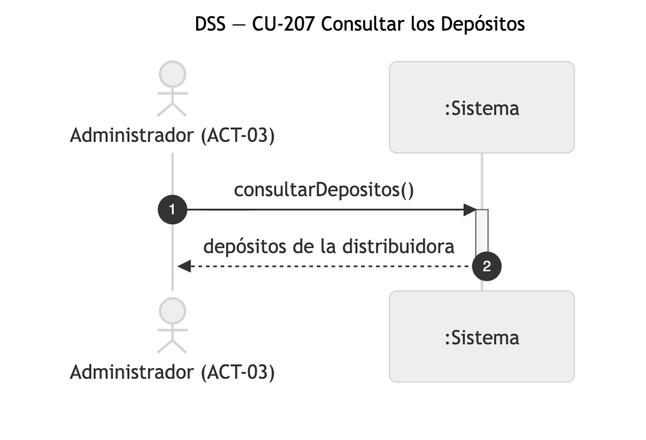
Above: diagramas/png/DSS_CU-207_Consultar-los-Depositos.png in Nahuelito-Dev/splg-docs (Mermaid), before the change. Its source is kept beside it as diagramas/DSS_CU-207_Consultar-los-Depositos.mmd. Its diagram source:
```mermaid
sequenceDiagram
    title DSS — CU-207 Consultar los Depósitos
    autonumber
    actor ADM as Administrador (ACT-03)
    participant SIS as :Sistema

    ADM->>SIS: consultarDepositos()
    activate SIS
    SIS-->>ADM: depósitos de la distribuidora
    deactivate SIS
```
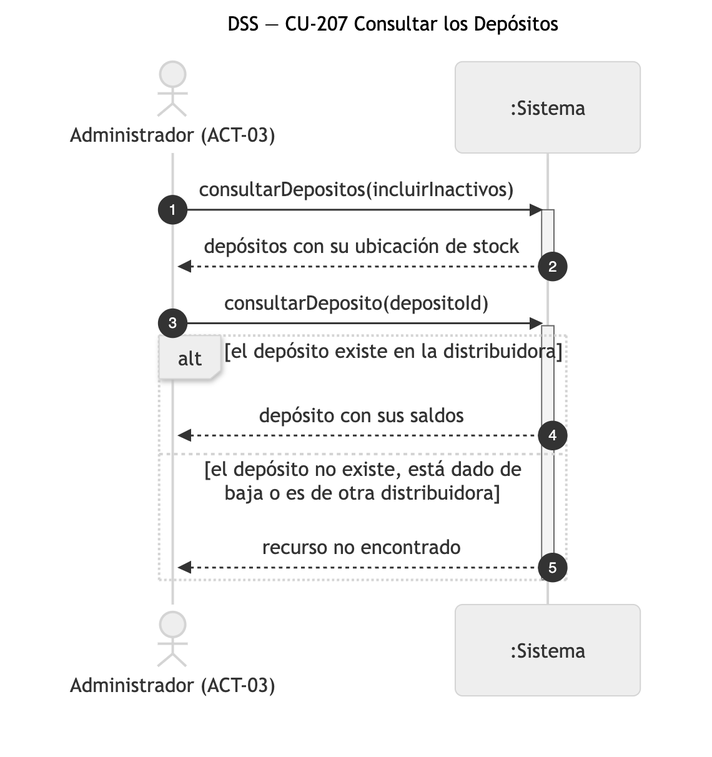
Above is the later version.

Change to the diagram source:
```diff
@@ -4,7 +4,16 @@
     actor ADM as Administrador (ACT-03)
     participant SIS as :Sistema
 
-    ADM->>SIS: consultarDepositos()
+    ADM->>SIS: consultarDepositos(incluirInactivos)
     activate SIS
-    SIS-->>ADM: depósitos de la distribuidora
+    SIS-->>ADM: depósitos con su ubicación de stock
     deactivate SIS
+
+    ADM->>SIS: consultarDeposito(depositoId)
+    activate SIS
+    alt el depósito existe en la distribuidora
+        SIS-->>ADM: depósito con sus saldos
+    else el depósito no existe, está dado de baja o es de otra distribuidora
+        SIS-->>ADM: recurso no encontrado
+    end
+    deactivate SIS
```
